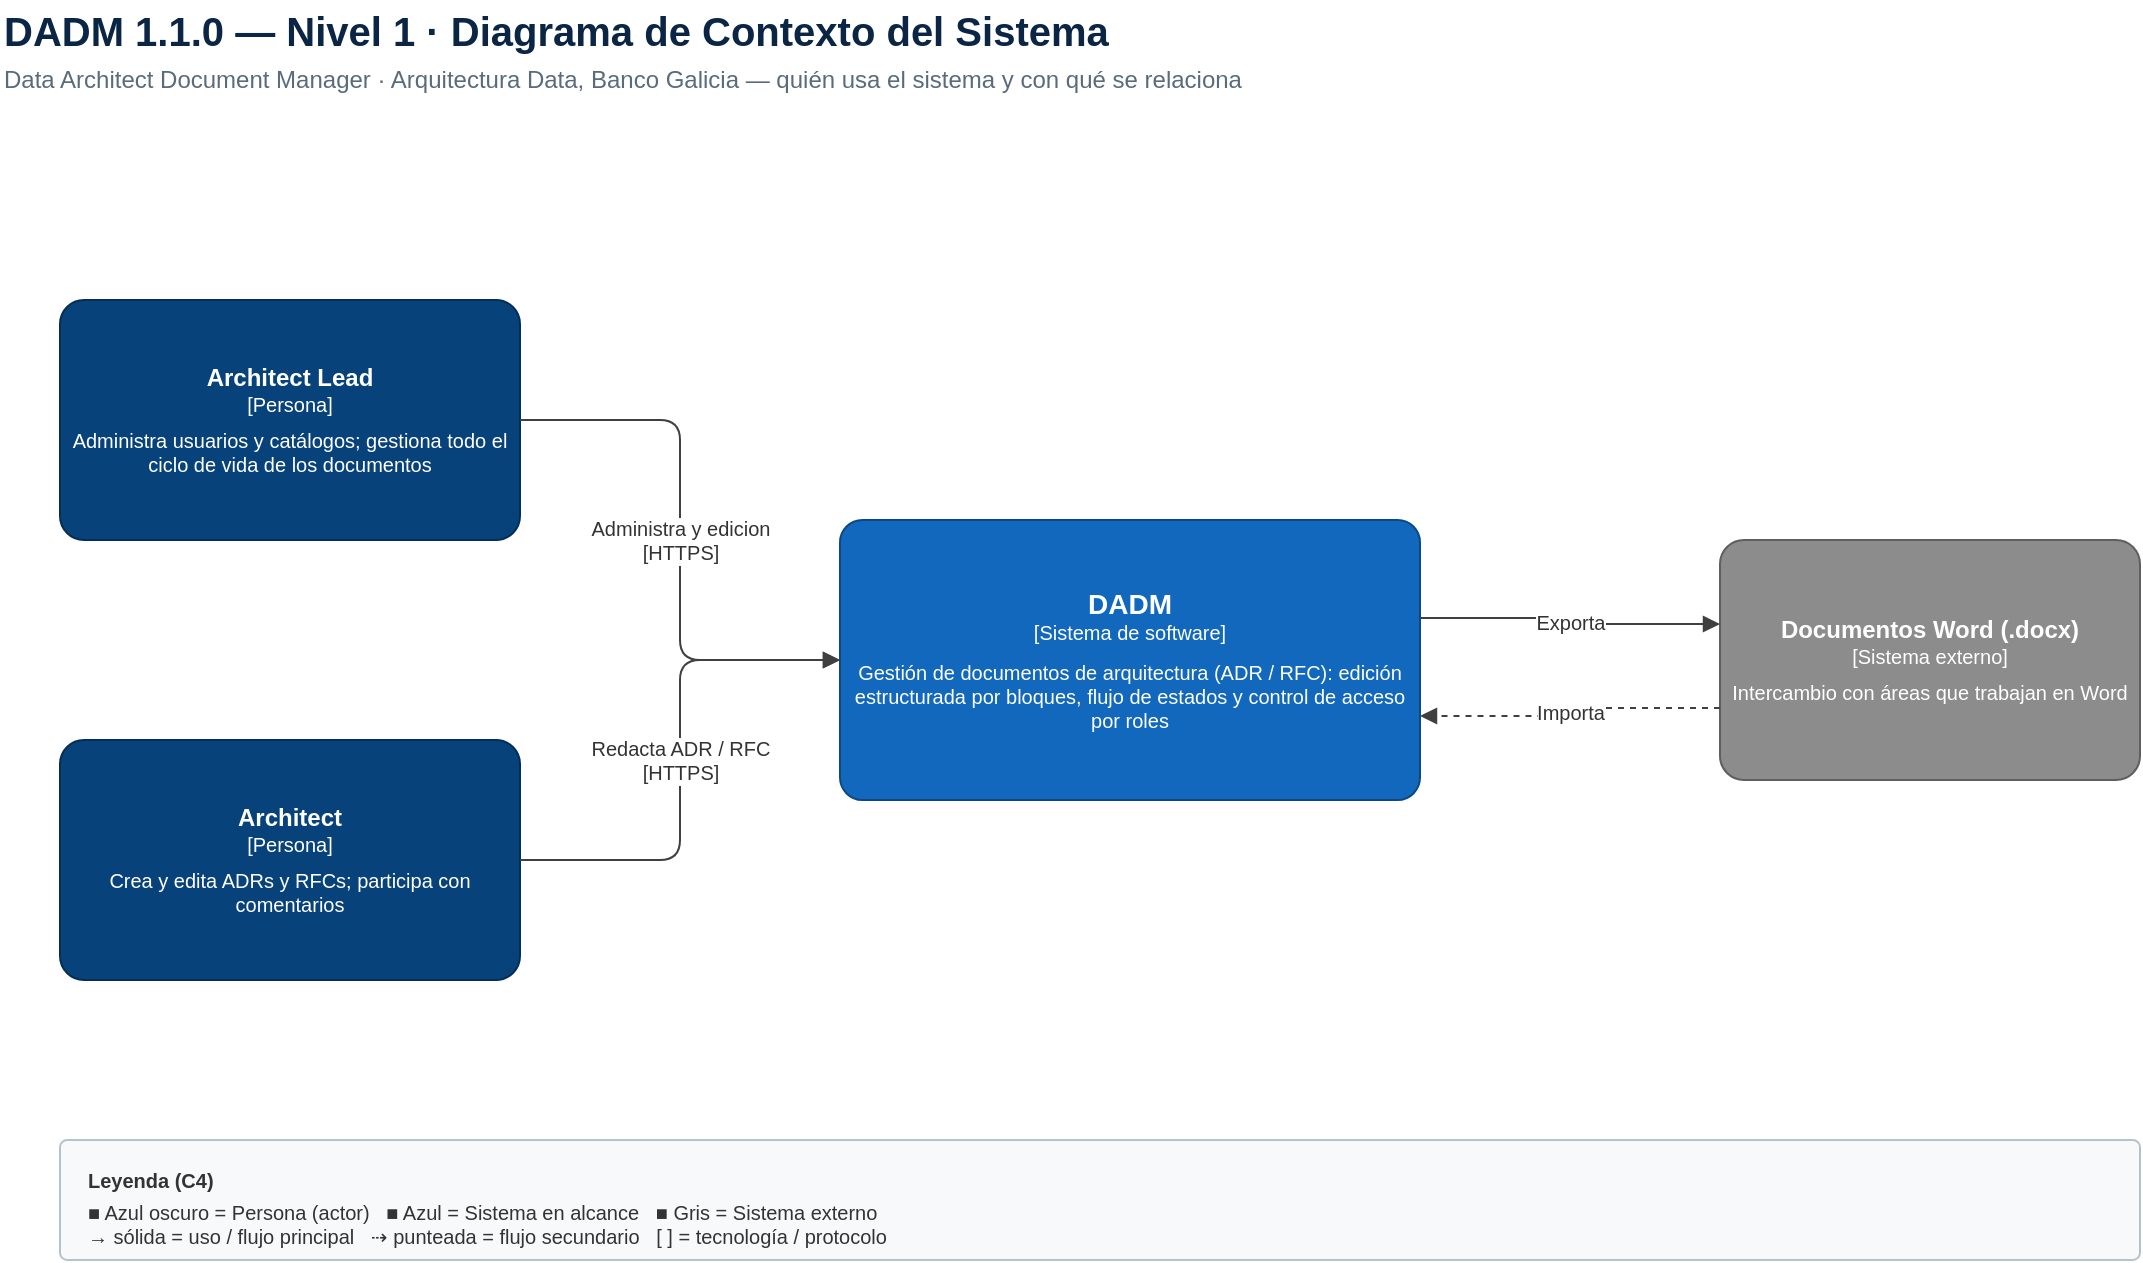
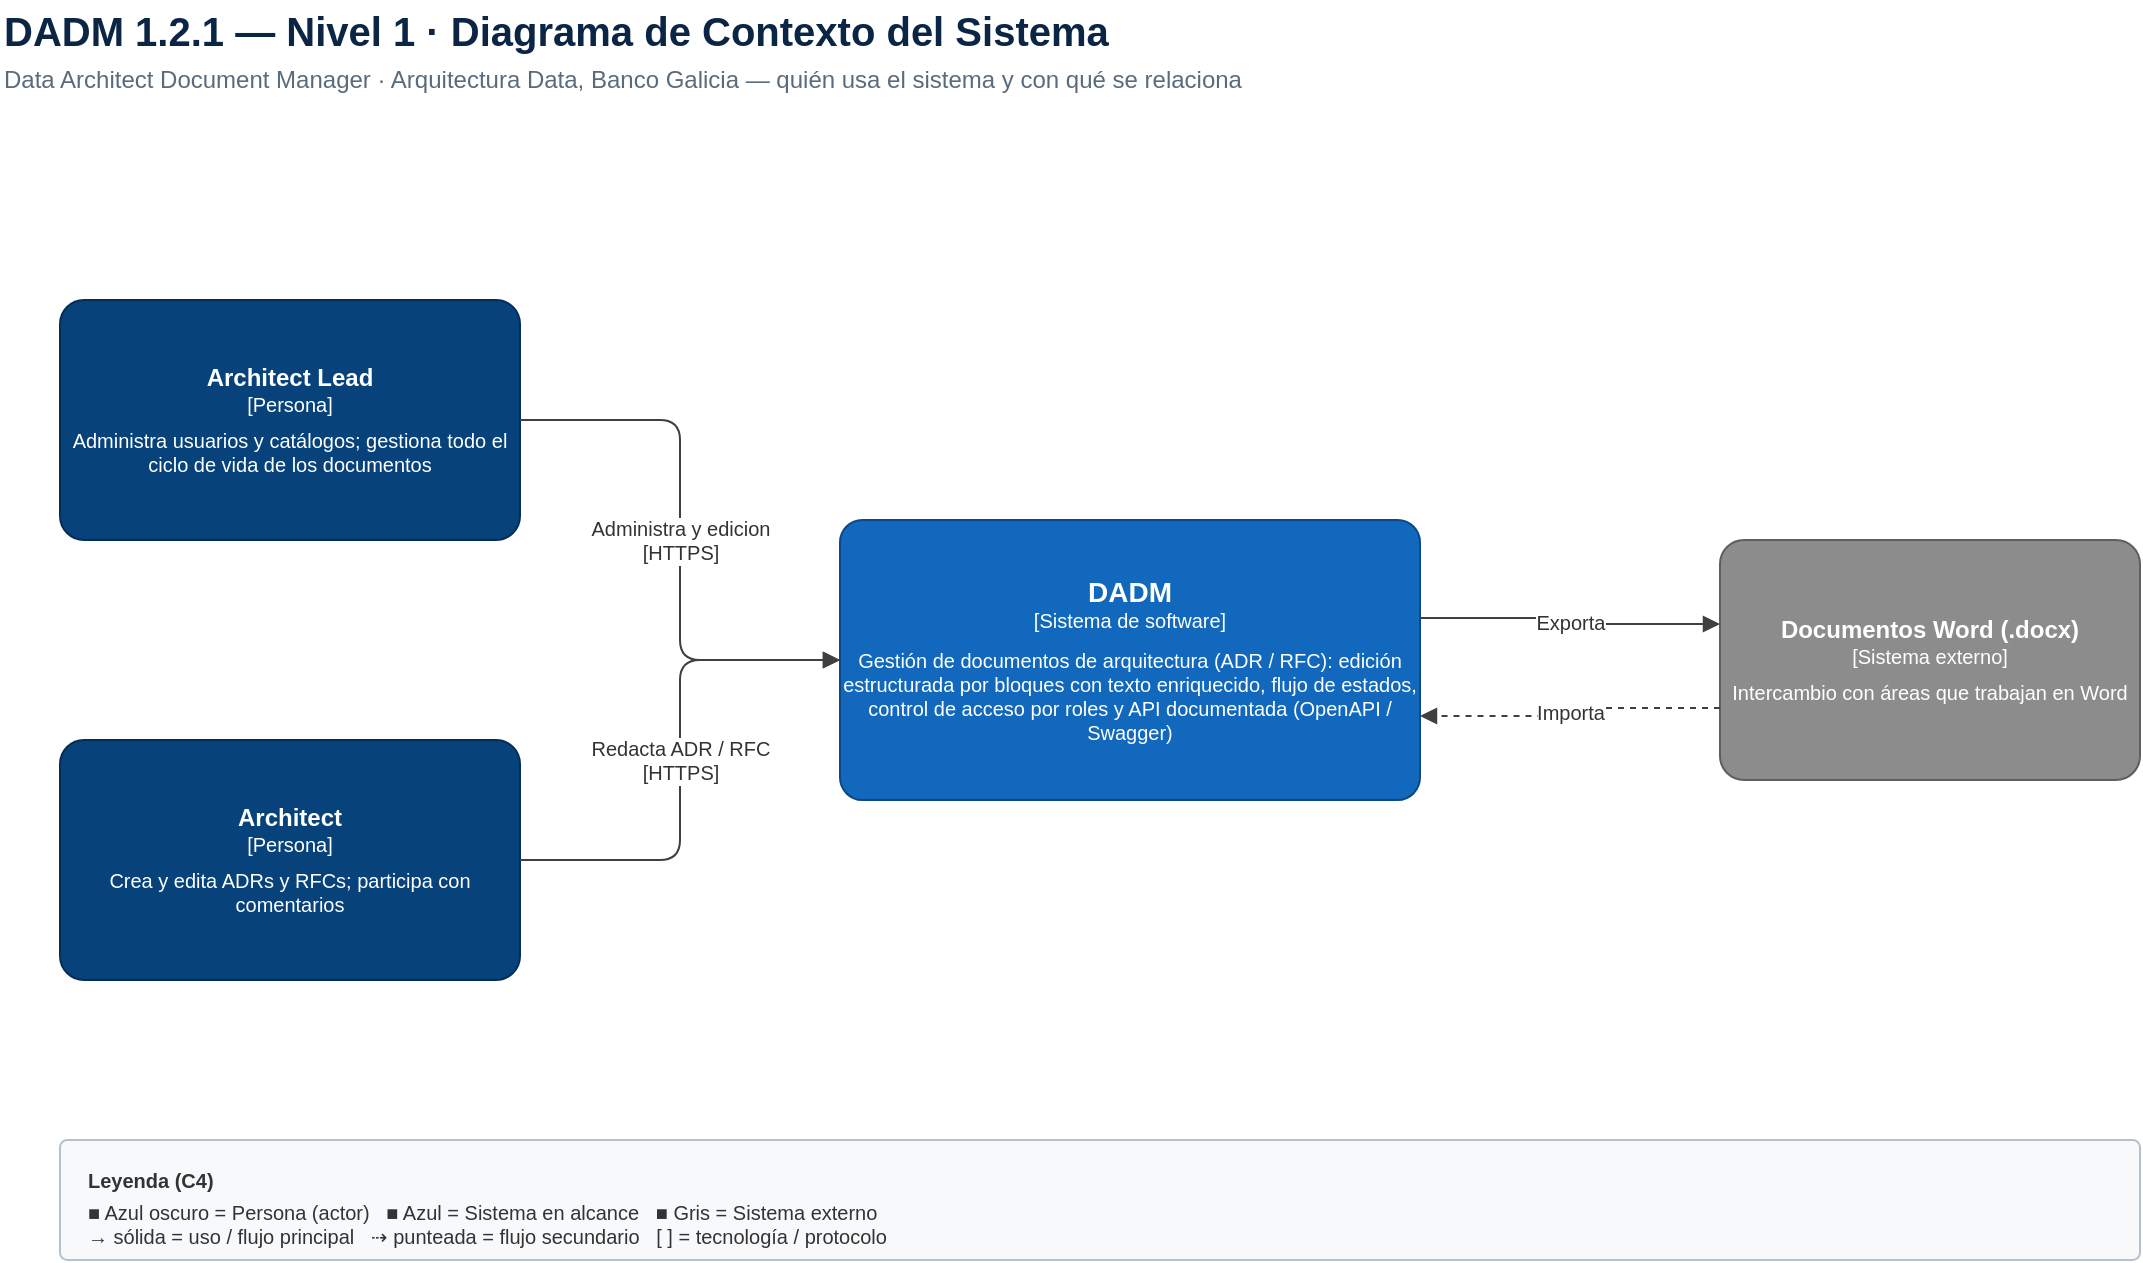
- <mxfile host="Electron" agent="DADM" version="1.1.0">
+ <mxfile host="Electron" agent="DADM" version="1.2.1">
  <diagram id="dadm-c1-contexto" name="C1 · Contexto">
    <mxGraphModel dx="1100" dy="850" grid="1" gridSize="10" guides="1" tooltips="1" connect="1" arrows="1" fold="1" page="1" pageScale="1" pageWidth="1169" pageHeight="826" math="0" shadow="0">
      <root>
        <mxCell id="0" />
        <mxCell id="1" parent="0" />
-         <mxCell id="c1t" parent="1" vertex="1" style="text;html=1;fontSize=20;fontStyle=1;align=left;verticalAlign=middle;fontColor=#0B2545;" value="DADM 1.1.0 — Nivel 1 · Diagrama de Contexto del Sistema">
+         <mxCell id="c1t" parent="1" vertex="1" style="text;html=1;fontSize=20;fontStyle=1;align=left;verticalAlign=middle;fontColor=#0B2545;" value="DADM 1.2.1 — Nivel 1 · Diagrama de Contexto del Sistema">
          <mxGeometry x="60" y="30" width="800" height="30" as="geometry" />
        </mxCell>
        <mxCell id="c1s" parent="1" vertex="1" style="text;html=1;fontSize=12;align=left;verticalAlign=middle;fontColor=#5A6B7B;" value="Data Architect Document Manager · Arquitectura Data, Banco Galicia — quién usa el sistema y con qué se relaciona">
          <mxGeometry x="60" y="60" width="900" height="20" as="geometry" />
        </mxCell>
        <mxCell id="c1p1" parent="1" vertex="1" style="rounded=1;whiteSpace=wrap;html=1;fillColor=#08427B;strokeColor=#052E56;fontColor=#FFFFFF;align=center;verticalAlign=middle;fontSize=12;arcSize=10;" value="&lt;b&gt;Architect Lead&lt;/b&gt;&lt;div style=&quot;font-size:10px&quot;&gt;[Persona]&lt;/div&gt;&lt;div style=&quot;font-size:10px;margin-top:6px&quot;&gt;Administra usuarios y catálogos; gestiona todo el ciclo de vida de los documentos&lt;/div&gt;">
          <mxGeometry x="90" y="180" width="230" height="120" as="geometry" />
        </mxCell>
        <mxCell id="c1p2" parent="1" vertex="1" style="rounded=1;whiteSpace=wrap;html=1;fillColor=#08427B;strokeColor=#052E56;fontColor=#FFFFFF;align=center;verticalAlign=middle;fontSize=12;arcSize=10;" value="&lt;b&gt;Architect&lt;/b&gt;&lt;div style=&quot;font-size:10px&quot;&gt;[Persona]&lt;/div&gt;&lt;div style=&quot;font-size:10px;margin-top:6px&quot;&gt;Crea y edita ADRs y RFCs; participa con comentarios&lt;/div&gt;">
          <mxGeometry x="90" y="400" width="230" height="120" as="geometry" />
        </mxCell>
-         <mxCell id="c1sys" parent="1" vertex="1" style="rounded=1;whiteSpace=wrap;html=1;fillColor=#1168BD;strokeColor=#0B4884;fontColor=#FFFFFF;align=center;verticalAlign=middle;fontSize=14;arcSize=8;" value="&lt;b&gt;DADM&lt;/b&gt;&lt;div style=&quot;font-size:10px&quot;&gt;[Sistema de software]&lt;/div&gt;&lt;div style=&quot;font-size:10px;margin-top:8px&quot;&gt;Gestión de documentos de arquitectura (ADR / RFC): edición estructurada por bloques, flujo de estados y control de acceso por roles&lt;/div&gt;">
+         <mxCell id="c1sys" parent="1" vertex="1" style="rounded=1;whiteSpace=wrap;html=1;fillColor=#1168BD;strokeColor=#0B4884;fontColor=#FFFFFF;align=center;verticalAlign=middle;fontSize=14;arcSize=8;" value="&lt;b&gt;DADM&lt;/b&gt;&lt;div style=&quot;font-size:10px&quot;&gt;[Sistema de software]&lt;/div&gt;&lt;div style=&quot;font-size:10px;margin-top:8px&quot;&gt;Gestión de documentos de arquitectura (ADR / RFC): edición estructurada por bloques con texto enriquecido, flujo de estados, control de acceso por roles y API documentada (OpenAPI / Swagger)&lt;/div&gt;">
          <mxGeometry x="480" y="290" width="290" height="140" as="geometry" />
        </mxCell>
        <mxCell id="c1ext" parent="1" vertex="1" style="rounded=1;whiteSpace=wrap;html=1;fillColor=#8C8C8C;strokeColor=#5F5F5F;fontColor=#FFFFFF;align=center;verticalAlign=middle;fontSize=12;arcSize=10;" value="&lt;b&gt;Documentos Word (.docx)&lt;/b&gt;&lt;div style=&quot;font-size:10px&quot;&gt;[Sistema externo]&lt;/div&gt;&lt;div style=&quot;font-size:10px;margin-top:6px&quot;&gt;Intercambio con áreas que trabajan en Word&lt;/div&gt;">
          <mxGeometry x="920" y="300" width="210" height="120" as="geometry" />
        </mxCell>
        <mxCell id="c1e1" edge="1" parent="1" source="c1p1" target="c1sys" style="edgeStyle=orthogonalEdgeStyle;rounded=1;html=1;endArrow=block;endFill=1;strokeColor=#404040;fontSize=10;fontColor=#333333;labelBackgroundColor=#FFFFFF;" value="Administra y edicion&#10;[HTTPS]">
          <mxGeometry relative="1" as="geometry" />
        </mxCell>
        <mxCell id="c1e2" edge="1" parent="1" source="c1p2" target="c1sys" style="edgeStyle=orthogonalEdgeStyle;rounded=1;html=1;endArrow=block;endFill=1;strokeColor=#404040;fontSize=10;fontColor=#333333;labelBackgroundColor=#FFFFFF;" value="Redacta ADR / RFC&#10;[HTTPS]">
          <mxGeometry relative="1" as="geometry" />
        </mxCell>
        <mxCell id="c1e3" edge="1" parent="1" source="c1sys" target="c1ext" style="edgeStyle=orthogonalEdgeStyle;rounded=1;html=1;endArrow=block;endFill=1;strokeColor=#404040;fontSize=10;fontColor=#333333;labelBackgroundColor=#FFFFFF;exitX=1;exitY=0.35;entryX=0;entryY=0.35;" value="Exporta">
          <mxGeometry relative="1" as="geometry" />
        </mxCell>
        <mxCell id="c1e4" edge="1" parent="1" source="c1ext" target="c1sys" style="edgeStyle=orthogonalEdgeStyle;rounded=1;html=1;endArrow=block;endFill=1;strokeColor=#404040;dashed=1;fontSize=10;fontColor=#333333;labelBackgroundColor=#FFFFFF;exitX=0;exitY=0.7;entryX=1;entryY=0.7;" value="Importa">
          <mxGeometry relative="1" as="geometry" />
        </mxCell>
        <mxCell id="c1leg" parent="1" vertex="1" style="rounded=1;whiteSpace=wrap;html=1;fillColor=#F7F9FB;strokeColor=#B4C2CF;align=left;verticalAlign=top;spacingLeft=12;spacingTop=8;fontSize=10;arcSize=6;fontColor=#333333;" value="&lt;b&gt;Leyenda (C4)&lt;/b&gt;&lt;div style=&quot;margin-top:4px&quot;&gt;■ Azul oscuro = Persona (actor)&amp;nbsp;&amp;nbsp; ■ Azul = Sistema en alcance&amp;nbsp;&amp;nbsp; ■ Gris = Sistema externo&lt;/div&gt;&lt;div&gt;→ sólida = uso / flujo principal&amp;nbsp;&amp;nbsp; ⇢ punteada = flujo secundario&amp;nbsp;&amp;nbsp; [ ] = tecnología / protocolo&lt;/div&gt;">
          <mxGeometry x="90" y="600" width="1040" height="60" as="geometry" />
        </mxCell>
      </root>
    </mxGraphModel>
  </diagram>
  <diagram id="dadm-c2-contenedores" name="C2 · Contenedores">
    <mxGraphModel dx="1100" dy="850" grid="1" gridSize="10" guides="1" tooltips="1" connect="1" arrows="1" fold="1" page="1" pageScale="1" pageWidth="1169" pageHeight="826" math="0" shadow="0">
      <root>
        <mxCell id="0" />
        <mxCell id="1" parent="0" />
-         <mxCell id="c2t" parent="1" vertex="1" style="text;html=1;fontSize=20;fontStyle=1;align=left;verticalAlign=middle;fontColor=#0B2545;" value="DADM 1.1.0 — Nivel 2 · Diagrama de Contenedores">
+         <mxCell id="c2t" parent="1" vertex="1" style="text;html=1;fontSize=20;fontStyle=1;align=left;verticalAlign=middle;fontColor=#0B2545;" value="DADM 1.2.1 — Nivel 2 · Diagrama de Contenedores">
          <mxGeometry x="60" y="30" width="800" height="30" as="geometry" />
        </mxCell>
        <mxCell id="c2s" parent="1" vertex="1" style="text;html=1;fontSize=12;align=left;verticalAlign=middle;fontColor=#5A6B7B;" value="Piezas ejecutables y de datos que forman DADM · tecnologías y protocolos de comunicación">
          <mxGeometry x="60" y="60" width="900" height="20" as="geometry" />
        </mxCell>
        <mxCell id="c2p" parent="1" vertex="1" style="rounded=1;whiteSpace=wrap;html=1;fillColor=#08427B;strokeColor=#052E56;fontColor=#FFFFFF;align=center;verticalAlign=middle;fontSize=12;arcSize=10;" value="&lt;b&gt;Architect /&lt;br&gt;Architect Lead&lt;/b&gt;&lt;div style=&quot;font-size:10px&quot;&gt;[Persona]&lt;/div&gt;">
          <mxGeometry x="70" y="320" width="180" height="110" as="geometry" />
        </mxCell>
        <mxCell id="c2bnd" parent="1" vertex="1" style="rounded=1;whiteSpace=wrap;html=1;fillColor=none;strokeColor=#1168BD;dashed=1;dashPattern=8 6;verticalAlign=top;align=left;fontColor=#1168BD;fontSize=12;fontStyle=2;spacingLeft=12;spacingTop=8;arcSize=3;" value="Límite del sistema: DADM">
          <mxGeometry x="330" y="140" width="700" height="520" as="geometry" />
        </mxCell>
-         <mxCell id="c2spa" parent="1" vertex="1" style="rounded=1;whiteSpace=wrap;html=1;fillColor=#438DD5;strokeColor=#2E6295;fontColor=#FFFFFF;align=center;verticalAlign=middle;fontSize=12;arcSize=8;" value="&lt;b&gt;SPA&lt;/b&gt;&lt;div style=&quot;font-size:10px&quot;&gt;[Contenedor: Navegador · JS vanilla single-file]&lt;/div&gt;&lt;div style=&quot;font-size:10px;margin-top:6px&quot;&gt;public/index.html — Login · Home · Editor · Vista imprimible&lt;/div&gt;">
+         <mxCell id="c2spa" parent="1" vertex="1" style="rounded=1;whiteSpace=wrap;html=1;fillColor=#438DD5;strokeColor=#2E6295;fontColor=#FFFFFF;align=center;verticalAlign=middle;fontSize=12;arcSize=8;" value="&lt;b&gt;SPA&lt;/b&gt;&lt;div style=&quot;font-size:10px&quot;&gt;[Contenedor: Navegador · JS vanilla single-file]&lt;/div&gt;&lt;div style=&quot;font-size:10px;margin-top:6px&quot;&gt;public/index.html — Login · Home · Editor (texto enriquecido) · Vista imprimible&lt;/div&gt;">
          <mxGeometry x="370" y="300" width="270" height="130" as="geometry" />
        </mxCell>
-         <mxCell id="c2api" parent="1" vertex="1" style="rounded=1;whiteSpace=wrap;html=1;fillColor=#438DD5;strokeColor=#2E6295;fontColor=#FFFFFF;align=center;verticalAlign=middle;fontSize=12;arcSize=8;" value="&lt;b&gt;API Backend&lt;/b&gt;&lt;div style=&quot;font-size:10px&quot;&gt;[Contenedor: Node.js ≥ 22.5 + Express]&lt;/div&gt;&lt;div style=&quot;font-size:10px;margin-top:6px&quot;&gt;server.js · REST /api/* · sesión por cookie HMAC · validación Ajv · export/import .docx&lt;/div&gt;">
+         <mxCell id="c2api" parent="1" vertex="1" style="rounded=1;whiteSpace=wrap;html=1;fillColor=#438DD5;strokeColor=#2E6295;fontColor=#FFFFFF;align=center;verticalAlign=middle;fontSize=12;arcSize=8;" value="&lt;b&gt;API Backend&lt;/b&gt;&lt;div style=&quot;font-size:10px&quot;&gt;[Contenedor: Node.js ≥ 22.5 + Express]&lt;/div&gt;&lt;div style=&quot;font-size:10px;margin-top:6px&quot;&gt;server.js · REST /api/* · sesión por cookie HMAC · validación Ajv · export/import .docx · Swagger /api-docs · manejo de errores async centralizado&lt;/div&gt;">
          <mxGeometry x="720" y="300" width="280" height="130" as="geometry" />
        </mxCell>
        <mxCell id="c2db" parent="1" vertex="1" style="shape=cylinder3;whiteSpace=wrap;html=1;boundedLbl=1;backgroundOutline=1;size=14;fillColor=#438DD5;strokeColor=#2E6295;fontColor=#FFFFFF;align=center;verticalAlign=middle;fontSize=12;" value="&lt;b&gt;Base de datos DADM&lt;/b&gt;&lt;div style=&quot;font-size:10px&quot;&gt;[Contenedor: MongoDB 7 · Docker · :27017]&lt;/div&gt;&lt;div style=&quot;font-size:10px;margin-top:6px&quot;&gt;documents · users · config · imagenes&lt;/div&gt;">
          <mxGeometry x="720" y="500" width="280" height="130" as="geometry" />
        </mxCell>
        <mxCell id="c2e1" edge="1" parent="1" source="c2p" target="c2spa" style="edgeStyle=orthogonalEdgeStyle;rounded=1;html=1;endArrow=block;endFill=1;strokeColor=#404040;fontSize=10;fontColor=#333333;labelBackgroundColor=#FFFFFF;" value="Usa&#10;[HTTPS]">
          <mxGeometry relative="1" as="geometry" />
        </mxCell>
        <mxCell id="c2e2" edge="1" parent="1" source="c2spa" target="c2api" style="edgeStyle=orthogonalEdgeStyle;rounded=1;html=1;endArrow=block;endFill=1;strokeColor=#404040;fontSize=10;fontColor=#333333;labelBackgroundColor=#FFFFFF;exitX=1;exitY=0.35;entryX=0;entryY=0.35;" value="Llamadas API&#10;[JSON/HTTPS · cookie dadm_token]">
          <mxGeometry relative="1" as="geometry" />
        </mxCell>
        <mxCell id="c2e3" edge="1" parent="1" source="c2api" target="c2spa" style="edgeStyle=orthogonalEdgeStyle;rounded=1;html=1;endArrow=block;endFill=1;strokeColor=#404040;dashed=1;fontSize=10;fontColor=#333333;labelBackgroundColor=#FFFFFF;exitX=0;exitY=0.7;entryX=1;entryY=0.7;" value="Sirve estáticos&#10;[express.static]">
          <mxGeometry relative="1" as="geometry" />
        </mxCell>
        <mxCell id="c2e4" edge="1" parent="1" source="c2api" target="c2db" style="edgeStyle=orthogonalEdgeStyle;rounded=1;html=1;endArrow=block;endFill=1;strokeColor=#404040;fontSize=10;fontColor=#333333;labelBackgroundColor=#FFFFFF;exitX=0.5;exitY=1;entryX=0.5;entryY=0;" value="Lee y escribe&#10;[driver mongodb · MONGO_URI]">
          <mxGeometry relative="1" as="geometry" />
        </mxCell>
-         <mxCell id="c2inf" parent="1" vertex="1" style="rounded=1;whiteSpace=wrap;html=1;fillColor=#F7F9FB;strokeColor=#B4C2CF;align=left;verticalAlign=top;spacingLeft=12;spacingTop=8;fontSize=10;arcSize=6;fontColor=#333333;" value="&lt;b&gt;Despliegue&lt;/b&gt; — docker-compose.yml levanta MongoDB · Dockerfile empaqueta la API · .env (no commiteado): MONGO_URI · AUTH_SECRET · ADMIN_*">
+         <mxCell id="c2inf" parent="1" vertex="1" style="rounded=1;whiteSpace=wrap;html=1;fillColor=#F7F9FB;strokeColor=#B4C2CF;align=left;verticalAlign=top;spacingLeft=12;spacingTop=8;fontSize=10;arcSize=6;fontColor=#333333;" value="&lt;b&gt;Despliegue&lt;/b&gt; — docker-compose.yml levanta MongoDB · Dockerfile empaqueta la API (usuario no-root · copias explícitas · .dockerignore) · .env (no commiteado): MONGO_URI · AUTH_SECRET · ADMIN_* · docs API en /api-docs">
          <mxGeometry x="70" y="700" width="960" height="50" as="geometry" />
        </mxCell>
      </root>
    </mxGraphModel>
  </diagram>
  <diagram id="dadm-c3-componentes" name="C3 · Componentes">
    <mxGraphModel dx="1654" dy="1100" grid="1" gridSize="10" guides="1" tooltips="1" connect="1" arrows="1" fold="1" page="1" pageScale="1" pageWidth="1654" pageHeight="1169" math="0" shadow="0">
      <root>
        <mxCell id="0" />
        <mxCell id="1" parent="0" />
-         <mxCell id="c3t" parent="1" vertex="1" style="text;html=1;fontSize=20;fontStyle=1;align=left;verticalAlign=middle;fontColor=#0B2545;" value="DADM 1.1.0 — Nivel 3 · Diagrama de Componentes">
+         <mxCell id="c3t" parent="1" vertex="1" style="text;html=1;fontSize=20;fontStyle=1;align=left;verticalAlign=middle;fontColor=#0B2545;" value="DADM 1.2.1 — Nivel 3 · Diagrama de Componentes">
          <mxGeometry x="40" y="16" width="700" height="30" as="geometry" />
        </mxCell>
        <mxCell id="c3leg" parent="1" vertex="1" style="rounded=1;whiteSpace=wrap;html=1;fillColor=#F7F9FB;strokeColor=#B4C2CF;align=left;verticalAlign=middle;spacingLeft=12;fontSize=10;arcSize=6;fontColor=#333333;" value="&lt;b&gt;Leyenda:&lt;/b&gt; → sólida = flujo HTTP / datos&amp;nbsp;&amp;nbsp; ⇢ punteada = dependencia interna (usa)&amp;nbsp;&amp;nbsp; [auth] requiere sesión&amp;nbsp;&amp;nbsp; [admin] = solo Architect Lead">
          <mxGeometry x="700" y="12" width="914" height="40" as="geometry" />
        </mxCell>
        <mxCell id="zCli" parent="1" vertex="1" style="swimlane;html=1;rounded=1;startSize=30;fontSize=14;fontStyle=1;collapsible=0;horizontal=1;arcSize=3;fillColor=#DAE8FC;strokeColor=#6C8EBF;swimlaneFillColor=#FBFCFE;fontColor=#1A3A5C;verticalAlign=middle;" value="CLIENTE — Navegador · public/index.html (SPA vanilla JS)">
          <mxGeometry x="40" y="70" width="1574" height="215" as="geometry" />
        </mxCell>
        <mxCell id="cLogin" parent="zCli" vertex="1" style="rounded=1;whiteSpace=wrap;html=1;fillColor=#FFFFFF;strokeColor=#6C8EBF;align=left;verticalAlign=top;spacingLeft=8;spacingTop=6;spacingRight=6;fontSize=11;arcSize=8;" value="&lt;b&gt;Login&lt;/b&gt;&lt;div style=&quot;font-size:10px;margin-top:4px&quot;&gt;usuario / contraseña · cambio de contraseña&lt;/div&gt;">
          <mxGeometry x="24" y="46" width="235" height="90" as="geometry" />
        </mxCell>
        <mxCell id="cSide" parent="zCli" vertex="1" style="rounded=1;whiteSpace=wrap;html=1;fillColor=#FFFFFF;strokeColor=#6C8EBF;align=left;verticalAlign=top;spacingLeft=8;spacingTop=6;spacingRight=6;fontSize=11;arcSize=8;" value="&lt;b&gt;Sidebar&lt;/b&gt;&lt;div style=&quot;font-size:10px;margin-top:4px&quot;&gt;Documentos · Usuarios [admin] · Configuración [admin] · usuario+rol · Salir&lt;/div&gt;">
          <mxGeometry x="279" y="46" width="235" height="90" as="geometry" />
        </mxCell>
        <mxCell id="cHome" parent="zCli" vertex="1" style="rounded=1;whiteSpace=wrap;html=1;fillColor=#FFFFFF;strokeColor=#6C8EBF;align=left;verticalAlign=top;spacingLeft=8;spacingTop=6;spacingRight=6;fontSize=11;arcSize=8;" value="&lt;b&gt;Home&lt;/b&gt;&lt;div style=&quot;font-size:10px;margin-top:4px&quot;&gt;Nuevo ADR · Nuevo RFC · Importar .docx · tabla de documentos&lt;/div&gt;">
          <mxGeometry x="534" y="46" width="235" height="90" as="geometry" />
        </mxCell>
-         <mxCell id="cEdit" parent="zCli" vertex="1" style="rounded=1;whiteSpace=wrap;html=1;fillColor=#FFFFFF;strokeColor=#6C8EBF;align=left;verticalAlign=top;spacingLeft=8;spacingTop=6;spacingRight=6;fontSize=11;arcSize=8;" value="&lt;b&gt;Editor&lt;/b&gt;&lt;div style=&quot;font-size:10px;margin-top:4px&quot;&gt;estado · transiciones · eliminar [admin] · ficha · secciones/bloques (texto, callout, código, imagen, tablas) · comentarios RFC&lt;/div&gt;">
+         <mxCell id="cEdit" parent="zCli" vertex="1" style="rounded=1;whiteSpace=wrap;html=1;fillColor=#FFFFFF;strokeColor=#6C8EBF;align=left;verticalAlign=top;spacingLeft=8;spacingTop=6;spacingRight=6;fontSize=11;arcSize=8;" value="&lt;b&gt;Editor&lt;/b&gt;&lt;div style=&quot;font-size:10px;margin-top:4px&quot;&gt;estado · transiciones · eliminar [admin] · ficha · secciones/bloques (texto, callout, código, imagen, tablas) · texto enriquecido: barra de formato flotante (negrita/itálica/subrayado/tachado/código/fuente/tamaño) sanitizado · comentarios RFC&lt;/div&gt;">
          <mxGeometry x="789" y="46" width="235" height="90" as="geometry" />
        </mxCell>
        <mxCell id="cDlg" parent="zCli" vertex="1" style="rounded=1;whiteSpace=wrap;html=1;fillColor=#FFFFFF;strokeColor=#6C8EBF;align=left;verticalAlign=top;spacingLeft=8;spacingTop=6;spacingRight=6;fontSize=11;arcSize=8;" value="&lt;b&gt;Diálogos&lt;/b&gt;&lt;div style=&quot;font-size:10px;margin-top:4px&quot;&gt;Configuración [admin] · Usuarios [admin] · Ver JSON&lt;/div&gt;">
          <mxGeometry x="1044" y="46" width="235" height="90" as="geometry" />
        </mxCell>
        <mxCell id="cVista" parent="zCli" vertex="1" style="rounded=1;whiteSpace=wrap;html=1;fillColor=#FFFFFF;strokeColor=#6C8EBF;align=left;verticalAlign=top;spacingLeft=8;spacingTop=6;spacingRight=6;fontSize=11;arcSize=8;" value="&lt;b&gt;Vista imprimible&lt;/b&gt;&lt;div style=&quot;font-size:10px;margin-top:4px&quot;&gt;Imprimir / PDF · Descargar .docx&lt;/div&gt;">
          <mxGeometry x="1299" y="46" width="235" height="90" as="geometry" />
        </mxCell>
        <mxCell id="cApi" parent="zCli" vertex="1" style="rounded=1;whiteSpace=wrap;html=1;fillColor=#DAE8FC;strokeColor=#6C8EBF;align=center;verticalAlign=middle;fontSize=11;arcSize=8;fontStyle=1;" value="api() — fetch JSON con cookie de sesión (dadm_token)">
          <mxGeometry x="553" y="160" width="468" height="36" as="geometry" />
        </mxCell>
        <mxCell id="ecl1" edge="1" parent="zCli" source="cLogin" target="cApi" style="edgeStyle=orthogonalEdgeStyle;rounded=1;html=1;endArrow=block;endFill=1;strokeColor=#6C8EBF;exitX=0.5;exitY=1;entryX=0.06;entryY=0;">
          <mxGeometry relative="1" as="geometry" />
        </mxCell>
        <mxCell id="ecl2" edge="1" parent="zCli" source="cSide" target="cApi" style="edgeStyle=orthogonalEdgeStyle;rounded=1;html=1;endArrow=block;endFill=1;strokeColor=#6C8EBF;exitX=0.5;exitY=1;entryX=0.22;entryY=0;">
          <mxGeometry relative="1" as="geometry" />
        </mxCell>
        <mxCell id="ecl3" edge="1" parent="zCli" source="cHome" target="cApi" style="edgeStyle=orthogonalEdgeStyle;rounded=1;html=1;endArrow=block;endFill=1;strokeColor=#6C8EBF;exitX=0.5;exitY=1;entryX=0.4;entryY=0;">
          <mxGeometry relative="1" as="geometry" />
        </mxCell>
        <mxCell id="ecl4" edge="1" parent="zCli" source="cEdit" target="cApi" style="edgeStyle=orthogonalEdgeStyle;rounded=1;html=1;endArrow=block;endFill=1;strokeColor=#6C8EBF;exitX=0.5;exitY=1;entryX=0.6;entryY=0;">
          <mxGeometry relative="1" as="geometry" />
        </mxCell>
        <mxCell id="ecl5" edge="1" parent="zCli" source="cDlg" target="cApi" style="edgeStyle=orthogonalEdgeStyle;rounded=1;html=1;endArrow=block;endFill=1;strokeColor=#6C8EBF;exitX=0.5;exitY=1;entryX=0.78;entryY=0;">
          <mxGeometry relative="1" as="geometry" />
        </mxCell>
        <mxCell id="ecl6" edge="1" parent="zCli" source="cVista" target="cApi" style="edgeStyle=orthogonalEdgeStyle;rounded=1;html=1;endArrow=block;endFill=1;strokeColor=#6C8EBF;exitX=0.5;exitY=1;entryX=0.94;entryY=0;">
          <mxGeometry relative="1" as="geometry" />
        </mxCell>
        <mxCell id="zSrv" parent="1" vertex="1" style="swimlane;html=1;rounded=1;startSize=30;fontSize=14;fontStyle=1;collapsible=0;horizontal=1;arcSize=3;fillColor=#D5E8D4;strokeColor=#82B366;swimlaneFillColor=#FBFDFB;fontColor=#2E4A2E;verticalAlign=middle;" value="SERVIDOR — API · Node + Express · server.js">
          <mxGeometry x="40" y="320" width="1574" height="300" as="geometry" />
        </mxCell>
-         <mxCell id="sStatic" parent="zSrv" vertex="1" style="rounded=1;whiteSpace=wrap;html=1;fillColor=#FFFFFF;strokeColor=#82B366;align=left;verticalAlign=top;spacingLeft=8;spacingTop=6;spacingRight=6;fontSize=11;arcSize=8;" value="&lt;b&gt;express.static&lt;/b&gt;&lt;div style=&quot;font-size:10px;margin-top:4px&quot;&gt;sirve public/ (la SPA)&lt;/div&gt;">
+         <mxCell id="sStatic" parent="zSrv" vertex="1" style="rounded=1;whiteSpace=wrap;html=1;fillColor=#FFFFFF;strokeColor=#82B366;align=left;verticalAlign=top;spacingLeft=8;spacingTop=6;spacingRight=6;fontSize=11;arcSize=8;" value="&lt;b&gt;express.static + Swagger&lt;/b&gt;&lt;div style=&quot;font-size:10px;margin-top:4px&quot;&gt;sirve public/ (la SPA) · /api-docs (Swagger UI · openapi.js) · /api-docs.json&lt;/div&gt;">
          <mxGeometry x="24" y="44" width="260" height="56" as="geometry" />
        </mxCell>
        <mxCell id="sMw" parent="zSrv" vertex="1" style="rounded=1;whiteSpace=wrap;html=1;fillColor=#FFFFFF;strokeColor=#82B366;align=left;verticalAlign=top;spacingLeft=8;spacingTop=6;spacingRight=6;fontSize=11;arcSize=8;" value="&lt;b&gt;Middleware de sesión&lt;/b&gt;&lt;div style=&quot;font-size:10px;margin-top:4px&quot;&gt;cookie dadm_token → verifyToken (auth.js) → req.user&lt;/div&gt;">
          <mxGeometry x="314" y="44" width="400" height="56" as="geometry" />
        </mxCell>
        <mxCell id="sGuard" parent="zSrv" vertex="1" style="rounded=1;whiteSpace=wrap;html=1;fillColor=#FFF2CC;strokeColor=#D6B656;align=left;verticalAlign=top;spacingLeft=8;spacingTop=6;spacingRight=6;fontSize=11;arcSize=8;" value="&lt;b&gt;Guards&lt;/b&gt;&lt;div style=&quot;font-size:10px;margin-top:4px&quot;&gt;requireAuth · requireAdmin (rol architect_lead)&lt;/div&gt;">
          <mxGeometry x="744" y="44" width="380" height="56" as="geometry" />
        </mxCell>
-         <mxCell id="sUtil" parent="zSrv" vertex="1" style="rounded=1;whiteSpace=wrap;html=1;fillColor=#FFFFFF;strokeColor=#82B366;align=left;verticalAlign=top;spacingLeft=8;spacingTop=6;spacingRight=6;fontSize=10;arcSize=8;dashed=1;" value="&lt;b&gt;Utilidades de arranque&lt;/b&gt;&lt;div style=&quot;font-size:10px;margin-top:4px&quot;&gt;nextId() ADR-NNN / RFC-NNNN · seedConfig() · seedAdmin(): cargan catálogo (schemas/catalogos.json) y Architect Lead inicial&lt;/div&gt;">
+         <mxCell id="sUtil" parent="zSrv" vertex="1" style="rounded=1;whiteSpace=wrap;html=1;fillColor=#FFFFFF;strokeColor=#82B366;align=left;verticalAlign=top;spacingLeft=8;spacingTop=6;spacingRight=6;fontSize=10;arcSize=8;dashed=1;" value="&lt;b&gt;Infra de la API&lt;/b&gt;&lt;div style=&quot;font-size:10px;margin-top:4px&quot;&gt;asyncSafe + manejador de errores global (500 / 4xx) · nextId() ADR-NNN / RFC-NNNN reintenta ante colisión · seedConfig() / seedAdmin(): catálogo (schemas/catalogos.json) y Architect Lead inicial&lt;/div&gt;">
          <mxGeometry x="1154" y="44" width="396" height="56" as="geometry" />
        </mxCell>
        <mxCell id="zRutas" parent="zSrv" vertex="1" style="swimlane;html=1;rounded=1;startSize=26;fontSize=12;fontStyle=1;collapsible=0;horizontal=1;arcSize=3;fillColor=#D5E8D4;strokeColor=#82B366;swimlaneFillColor=#FFFFFF;fontColor=#2E4A2E;verticalAlign=middle;" value="Rutas REST /api/*">
          <mxGeometry x="24" y="120" width="1526" height="164" as="geometry" />
        </mxCell>
        <mxCell id="sAuth" parent="zRutas" vertex="1" style="rounded=1;whiteSpace=wrap;html=1;fillColor=#EAF4E8;strokeColor=#82B366;align=left;verticalAlign=top;spacingLeft=8;spacingTop=6;spacingRight=6;fontSize=10;arcSize=8;" value="&lt;b&gt;auth&lt;/b&gt; (público)&lt;div style=&quot;margin-top:4px&quot;&gt;POST /login · /logout&lt;br&gt;GET /me&lt;br&gt;POST /password [auth]&lt;/div&gt;">
          <mxGeometry x="16" y="34" width="200" height="112" as="geometry" />
        </mxCell>
        <mxCell id="sUsers" parent="zRutas" vertex="1" style="rounded=1;whiteSpace=wrap;html=1;fillColor=#EAF4E8;strokeColor=#82B366;align=left;verticalAlign=top;spacingLeft=8;spacingTop=6;spacingRight=6;fontSize=10;arcSize=8;" value="&lt;b&gt;usuarios&lt;/b&gt; [admin]&lt;div style=&quot;margin-top:4px&quot;&gt;GET · POST /usuarios&lt;br&gt;PUT · DELETE&lt;br&gt;/usuarios/:username&lt;/div&gt;">
          <mxGeometry x="232" y="34" width="200" height="112" as="geometry" />
        </mxCell>
        <mxCell id="sDocs" parent="zRutas" vertex="1" style="rounded=1;whiteSpace=wrap;html=1;fillColor=#EAF4E8;strokeColor=#82B366;align=left;verticalAlign=top;spacingLeft=8;spacingTop=6;spacingRight=6;fontSize=10;arcSize=8;" value="&lt;b&gt;documentos&lt;/b&gt; [auth]&lt;div style=&quot;margin-top:4px&quot;&gt;GET · POST /documentos&lt;br&gt;GET · PUT /:id&lt;br&gt;DELETE /:id [admin, borrador]&lt;/div&gt;">
          <mxGeometry x="448" y="34" width="200" height="112" as="geometry" />
        </mxCell>
        <mxCell id="sExp" parent="zRutas" vertex="1" style="rounded=1;whiteSpace=wrap;html=1;fillColor=#EAF4E8;strokeColor=#82B366;align=left;verticalAlign=top;spacingLeft=8;spacingTop=6;spacingRight=6;fontSize=10;arcSize=8;" value="&lt;b&gt;export&lt;/b&gt; [auth]&lt;div style=&quot;margin-top:4px&quot;&gt;GET /documentos/:id&lt;br&gt;/export.docx&lt;br&gt;(incrusta imágenes)&lt;/div&gt;">
          <mxGeometry x="664" y="34" width="200" height="112" as="geometry" />
        </mxCell>
        <mxCell id="sImp" parent="zRutas" vertex="1" style="rounded=1;whiteSpace=wrap;html=1;fillColor=#EAF4E8;strokeColor=#82B366;align=left;verticalAlign=top;spacingLeft=8;spacingTop=6;spacingRight=6;fontSize=10;arcSize=8;" value="&lt;b&gt;importar&lt;/b&gt; [auth]&lt;div style=&quot;margin-top:4px&quot;&gt;POST /importar (.docx)&lt;br&gt;(guarda imágenes y&lt;br&gt;crea borrador)&lt;/div&gt;">
          <mxGeometry x="880" y="34" width="200" height="112" as="geometry" />
        </mxCell>
        <mxCell id="sCfg" parent="zRutas" vertex="1" style="rounded=1;whiteSpace=wrap;html=1;fillColor=#EAF4E8;strokeColor=#82B366;align=left;verticalAlign=top;spacingLeft=8;spacingTop=6;spacingRight=6;fontSize=10;arcSize=8;" value="&lt;b&gt;config&lt;/b&gt;&lt;div style=&quot;margin-top:4px&quot;&gt;GET /config [auth]&lt;br&gt;PUT /config [admin]&lt;/div&gt;">
          <mxGeometry x="1096" y="34" width="200" height="112" as="geometry" />
        </mxCell>
        <mxCell id="sImg" parent="zRutas" vertex="1" style="rounded=1;whiteSpace=wrap;html=1;fillColor=#EAF4E8;strokeColor=#82B366;align=left;verticalAlign=top;spacingLeft=8;spacingTop=6;spacingRight=6;fontSize=10;arcSize=8;" value="&lt;b&gt;imágenes&lt;/b&gt; [auth]&lt;div style=&quot;margin-top:4px&quot;&gt;POST /imagenes&lt;br&gt;GET · DELETE /:id&lt;br&gt;POST /gc [admin] · /health&lt;/div&gt;">
          <mxGeometry x="1312" y="34" width="200" height="112" as="geometry" />
        </mxCell>
        <mxCell id="zDom" parent="1" vertex="1" style="swimlane;html=1;rounded=1;startSize=30;fontSize=14;fontStyle=1;collapsible=0;horizontal=1;arcSize=3;fillColor=#FFE6CC;strokeColor=#D79B00;swimlaneFillColor=#FFFDFA;fontColor=#7A5A00;verticalAlign=middle;" value="DOMINIO — módulos internos">
          <mxGeometry x="40" y="670" width="1120" height="180" as="geometry" />
        </mxCell>
        <mxCell id="dAuth" parent="zDom" vertex="1" style="rounded=1;whiteSpace=wrap;html=1;fillColor=#FFFFFF;strokeColor=#D79B00;align=left;verticalAlign=top;spacingLeft=8;spacingTop=6;spacingRight=6;fontSize=10;arcSize=8;" value="&lt;b&gt;auth.js&lt;/b&gt;&lt;div style=&quot;margin-top:4px&quot;&gt;scrypt (hash de contraseñas) · HMAC (token de sesión)&lt;/div&gt;">
          <mxGeometry x="40" y="46" width="230" height="110" as="geometry" />
        </mxCell>
        <mxCell id="dVal" parent="zDom" vertex="1" style="rounded=1;whiteSpace=wrap;html=1;fillColor=#FFFFFF;strokeColor=#D79B00;align=left;verticalAlign=top;spacingLeft=8;spacingTop=6;spacingRight=6;fontSize=10;arcSize=8;" value="&lt;b&gt;Validación&lt;/b&gt;&lt;div style=&quot;margin-top:4px&quot;&gt;Ajv + schemas/ · adr.schema · rfc.schema · catalogos.json (seed)&lt;/div&gt;">
          <mxGeometry x="310" y="46" width="230" height="110" as="geometry" />
        </mxCell>
-         <mxCell id="dRender" parent="zDom" vertex="1" style="rounded=1;whiteSpace=wrap;html=1;fillColor=#FFFFFF;strokeColor=#D79B00;align=left;verticalAlign=top;spacingLeft=8;spacingTop=6;spacingRight=6;fontSize=10;arcSize=8;" value="&lt;b&gt;renderer.js&lt;/b&gt;&lt;div style=&quot;margin-top:4px&quot;&gt;JSON → .docx (lib docx)&lt;/div&gt;">
+         <mxCell id="dRender" parent="zDom" vertex="1" style="rounded=1;whiteSpace=wrap;html=1;fillColor=#FFFFFF;strokeColor=#D79B00;align=left;verticalAlign=top;spacingLeft=8;spacingTop=6;spacingRight=6;fontSize=10;arcSize=8;" value="&lt;b&gt;renderer.js&lt;/b&gt;&lt;div style=&quot;margin-top:4px&quot;&gt;JSON → .docx (lib docx) · HTML inline → runs (texto enriquecido)&lt;/div&gt;">
          <mxGeometry x="580" y="46" width="230" height="110" as="geometry" />
        </mxCell>
        <mxCell id="dImport" parent="zDom" vertex="1" style="rounded=1;whiteSpace=wrap;html=1;fillColor=#FFFFFF;strokeColor=#D79B00;align=left;verticalAlign=top;spacingLeft=8;spacingTop=6;spacingRight=6;fontSize=10;arcSize=8;" value="&lt;b&gt;importer.js&lt;/b&gt;&lt;div style=&quot;margin-top:4px&quot;&gt;.docx → modelo (mammoth + html parser)&lt;/div&gt;">
          <mxGeometry x="850" y="46" width="230" height="110" as="geometry" />
        </mxCell>
        <mxCell id="zDb" parent="1" vertex="1" style="swimlane;html=1;rounded=1;startSize=30;fontSize=14;fontStyle=1;collapsible=0;horizontal=1;arcSize=3;fillColor=#E1D5E7;strokeColor=#9673A6;swimlaneFillColor=#FDFCFE;fontColor=#5A3A6E;verticalAlign=middle;" value="PERSISTENCIA — MongoDB · base DADM">
          <mxGeometry x="1200" y="670" width="414" height="245" as="geometry" />
        </mxCell>
        <mxCell id="dMongo" parent="zDb" vertex="1" style="rounded=1;whiteSpace=wrap;html=1;fillColor=#F0E9F5;strokeColor=#9673A6;align=center;verticalAlign=middle;fontSize=10;arcSize=8;fontStyle=1;" value="db/mongo.js — conexión, índices y acceso a colecciones">
          <mxGeometry x="24" y="40" width="366" height="36" as="geometry" />
        </mxCell>
        <mxCell id="bDocs" parent="zDb" vertex="1" style="rounded=1;whiteSpace=wrap;html=1;fillColor=#FFFFFF;strokeColor=#9673A6;align=left;verticalAlign=top;spacingLeft=8;spacingTop=6;spacingRight=6;fontSize=10;arcSize=8;" value="&lt;b&gt;documents&lt;/b&gt;&lt;div style=&quot;margin-top:4px&quot;&gt;ADR / RFC · _id = ADR-NNN / RFC-NNNN&lt;/div&gt;">
          <mxGeometry x="24" y="88" width="178" height="62" as="geometry" />
        </mxCell>
        <mxCell id="bUsr" parent="zDb" vertex="1" style="rounded=1;whiteSpace=wrap;html=1;fillColor=#FFFFFF;strokeColor=#9673A6;align=left;verticalAlign=top;spacingLeft=8;spacingTop=6;spacingRight=6;fontSize=10;arcSize=8;" value="&lt;b&gt;users&lt;/b&gt;&lt;div style=&quot;margin-top:4px&quot;&gt;_id = usuario · role · passwordHash (scrypt)&lt;/div&gt;">
          <mxGeometry x="212" y="88" width="178" height="62" as="geometry" />
        </mxCell>
        <mxCell id="bCfg" parent="zDb" vertex="1" style="rounded=1;whiteSpace=wrap;html=1;fillColor=#FFFFFF;strokeColor=#9673A6;align=left;verticalAlign=top;spacingLeft=8;spacingTop=6;spacingRight=6;fontSize=10;arcSize=8;" value="&lt;b&gt;config&lt;/b&gt;&lt;div style=&quot;margin-top:4px&quot;&gt;catálogo vigente (clave: catalogos)&lt;/div&gt;">
          <mxGeometry x="24" y="162" width="178" height="62" as="geometry" />
        </mxCell>
        <mxCell id="bImg" parent="zDb" vertex="1" style="rounded=1;whiteSpace=wrap;html=1;fillColor=#FFFFFF;strokeColor=#9673A6;align=left;verticalAlign=top;spacingLeft=8;spacingTop=6;spacingRight=6;fontSize=10;arcSize=8;" value="&lt;b&gt;imagenes&lt;/b&gt;&lt;div style=&quot;margin-top:4px&quot;&gt;PNG / JPG binario · _id = UUID&lt;/div&gt;">
          <mxGeometry x="212" y="162" width="178" height="62" as="geometry" />
        </mxCell>
        <mxCell id="zInf" parent="1" vertex="1" style="swimlane;html=1;rounded=1;startSize=30;fontSize=14;fontStyle=1;collapsible=0;horizontal=1;arcSize=3;fillColor=#F5F5F5;strokeColor=#999999;swimlaneFillColor=#FDFDFD;fontColor=#555555;verticalAlign=middle;" value="INFRAESTRUCTURA / CONFIG">
          <mxGeometry x="40" y="950" width="1574" height="110" as="geometry" />
        </mxCell>
        <mxCell id="iDocker" parent="zInf" vertex="1" style="rounded=1;whiteSpace=wrap;html=1;fillColor=#FFFFFF;strokeColor=#999999;align=left;verticalAlign=top;spacingLeft=8;spacingTop=6;spacingRight=6;fontSize=10;arcSize=8;" value="&lt;b&gt;docker-compose.yml&lt;/b&gt;&lt;div style=&quot;margin-top:4px&quot;&gt;contenedor MongoDB (mongo · :27017) · Dockerfile de la API&lt;/div&gt;">
          <mxGeometry x="24" y="44" width="480" height="52" as="geometry" />
        </mxCell>
        <mxCell id="iEnv" parent="zInf" vertex="1" style="rounded=1;whiteSpace=wrap;html=1;fillColor=#FFFFFF;strokeColor=#999999;align=left;verticalAlign=top;spacingLeft=8;spacingTop=6;spacingRight=6;fontSize=10;arcSize=8;" value="&lt;b&gt;.env&lt;/b&gt; (no commiteado)&lt;div style=&quot;margin-top:4px&quot;&gt;MONGO_URI · AUTH_SECRET · ADMIN_* → los consume server.js al arrancar&lt;/div&gt;">
          <mxGeometry x="534" y="44" width="520" height="52" as="geometry" />
        </mxCell>
        <mxCell id="iNode" parent="zInf" vertex="1" style="rounded=1;whiteSpace=wrap;html=1;fillColor=#FFFFFF;strokeColor=#999999;align=left;verticalAlign=top;spacingLeft=8;spacingTop=6;spacingRight=6;fontSize=10;arcSize=8;" value="&lt;b&gt;Runtime&lt;/b&gt;&lt;div style=&quot;margin-top:4px&quot;&gt;Node ≥ 22.5 · Express · frontend single-file · sin paso de build&lt;/div&gt;">
          <mxGeometry x="1084" y="44" width="466" height="52" as="geometry" />
        </mxCell>
        <mxCell id="e1" edge="1" parent="1" source="zCli" target="sStatic" style="edgeStyle=orthogonalEdgeStyle;rounded=1;html=1;endArrow=block;endFill=1;strokeColor=#404040;fontSize=10;fontColor=#333333;labelBackgroundColor=#FFFFFF;exitX=0.05;exitY=1;entryX=0.5;entryY=0;" value="GET / — carga inicial de la SPA">
          <mxGeometry relative="1" as="geometry" />
        </mxCell>
        <mxCell id="e2" edge="1" parent="1" source="cApi" target="sMw" style="edgeStyle=orthogonalEdgeStyle;rounded=1;html=1;endArrow=block;endFill=1;strokeColor=#404040;fontSize=10;fontColor=#333333;labelBackgroundColor=#FFFFFF;exitX=0.2;exitY=1;entryX=0.5;entryY=0;" value="/api/* + cookie">
          <mxGeometry relative="1" as="geometry" />
        </mxCell>
        <mxCell id="e3" edge="1" parent="1" source="sMw" target="sGuard" style="edgeStyle=orthogonalEdgeStyle;rounded=1;html=1;endArrow=block;endFill=1;strokeColor=#404040;fontSize=10;fontColor=#333333;labelBackgroundColor=#FFFFFF;exitX=1;exitY=0.5;entryX=0;entryY=0.5;" value="req.user">
          <mxGeometry relative="1" as="geometry" />
        </mxCell>
        <mxCell id="e4" edge="1" parent="1" source="sGuard" target="zRutas" style="edgeStyle=orthogonalEdgeStyle;rounded=1;html=1;endArrow=block;endFill=1;strokeColor=#404040;fontSize=10;fontColor=#333333;labelBackgroundColor=#FFFFFF;exitX=0.5;exitY=1;entryX=0.57;entryY=0;" value="aplica según ruta">
          <mxGeometry relative="1" as="geometry" />
        </mxCell>
        <mxCell id="e5" edge="1" parent="1" source="sAuth" target="dAuth" style="edgeStyle=orthogonalEdgeStyle;rounded=1;html=1;endArrow=block;endFill=1;strokeColor=#D79B00;dashed=1;fontSize=10;fontColor=#333333;labelBackgroundColor=#FFFFFF;exitX=0.5;exitY=1;entryX=0.3;entryY=0;" value="verifyPassword · signToken">
          <mxGeometry relative="1" as="geometry" />
        </mxCell>
        <mxCell id="e6" edge="1" parent="1" source="sUsers" target="dAuth" style="edgeStyle=orthogonalEdgeStyle;rounded=1;html=1;endArrow=block;endFill=1;strokeColor=#D79B00;dashed=1;fontSize=10;fontColor=#333333;labelBackgroundColor=#FFFFFF;exitX=0.3;exitY=1;entryX=0.8;entryY=0;" value="hashPassword">
          <mxGeometry relative="1" as="geometry" />
        </mxCell>
        <mxCell id="e7" edge="1" parent="1" source="sDocs" target="dVal" style="edgeStyle=orthogonalEdgeStyle;rounded=1;html=1;endArrow=block;endFill=1;strokeColor=#D79B00;dashed=1;fontSize=10;fontColor=#333333;labelBackgroundColor=#FFFFFF;exitX=0.5;exitY=1;entryX=0.5;entryY=0;" value="validar schema">
          <mxGeometry relative="1" as="geometry" />
        </mxCell>
        <mxCell id="e8" edge="1" parent="1" source="sExp" target="dRender" style="edgeStyle=orthogonalEdgeStyle;rounded=1;html=1;endArrow=block;endFill=1;strokeColor=#D79B00;dashed=1;fontSize=10;fontColor=#333333;labelBackgroundColor=#FFFFFF;exitX=0.5;exitY=1;entryX=0.5;entryY=0;" value="render">
          <mxGeometry relative="1" as="geometry" />
        </mxCell>
        <mxCell id="e9" edge="1" parent="1" source="sImp" target="dImport" style="edgeStyle=orthogonalEdgeStyle;rounded=1;html=1;endArrow=block;endFill=1;strokeColor=#D79B00;dashed=1;fontSize=10;fontColor=#333333;labelBackgroundColor=#FFFFFF;exitX=0.5;exitY=1;entryX=0.5;entryY=0;" value="parsear">
          <mxGeometry relative="1" as="geometry" />
        </mxCell>
        <mxCell id="e10" edge="1" parent="1" source="zRutas" target="dMongo" style="edgeStyle=orthogonalEdgeStyle;rounded=1;html=1;endArrow=block;endFill=1;strokeColor=#9673A6;fontSize=10;fontColor=#333333;labelBackgroundColor=#FFFFFF;exitX=0.9;exitY=1;entryX=0.5;entryY=0;" value="CRUD por colección">
          <mxGeometry relative="1" as="geometry" />
        </mxCell>
      </root>
    </mxGraphModel>
  </diagram>
  <diagram id="dadm-c4-dinamico" name="C4 · Dinámico">
    <mxGraphModel dx="1100" dy="850" grid="1" gridSize="10" guides="1" tooltips="1" connect="1" arrows="1" fold="1" page="1" pageScale="1" pageWidth="1169" pageHeight="826" math="0" shadow="0">
      <root>
        <mxCell id="0" />
        <mxCell id="1" parent="0" />
-         <mxCell id="d4t" parent="1" vertex="1" style="text;html=1;fontSize=20;fontStyle=1;align=left;verticalAlign=middle;fontColor=#0B2545;" value="DADM 1.1.0 — Vista Dinámica · Crear y exportar un documento">
+         <mxCell id="d4t" parent="1" vertex="1" style="text;html=1;fontSize=20;fontStyle=1;align=left;verticalAlign=middle;fontColor=#0B2545;" value="DADM 1.2.1 — Vista Dinámica · Crear y exportar un documento">
          <mxGeometry x="60" y="30" width="900" height="30" as="geometry" />
        </mxCell>
        <mxCell id="d4s" parent="1" vertex="1" style="text;html=1;fontSize=12;align=left;verticalAlign=middle;fontColor=#5A6B7B;" value="Flujo runtime numerado: autenticación → creación validada → exportación .docx">
          <mxGeometry x="60" y="60" width="900" height="20" as="geometry" />
        </mxCell>
        <mxCell id="d4p" parent="1" vertex="1" style="rounded=1;whiteSpace=wrap;html=1;fillColor=#08427B;strokeColor=#052E56;fontColor=#FFFFFF;align=center;verticalAlign=middle;fontSize=12;arcSize=10;" value="&lt;b&gt;Architect&lt;/b&gt;&lt;div style=&quot;font-size:10px&quot;&gt;[Persona]&lt;/div&gt;">
          <mxGeometry x="80" y="330" width="150" height="90" as="geometry" />
        </mxCell>
        <mxCell id="d4spa" parent="1" vertex="1" style="rounded=1;whiteSpace=wrap;html=1;fillColor=#438DD5;strokeColor=#2E6295;fontColor=#FFFFFF;align=center;verticalAlign=middle;fontSize=12;arcSize=8;" value="&lt;b&gt;SPA&lt;/b&gt;&lt;div style=&quot;font-size:10px&quot;&gt;[Navegador]&lt;/div&gt;">
          <mxGeometry x="330" y="330" width="150" height="90" as="geometry" />
        </mxCell>
        <mxCell id="d4api" parent="1" vertex="1" style="rounded=1;whiteSpace=wrap;html=1;fillColor=#438DD5;strokeColor=#2E6295;fontColor=#FFFFFF;align=center;verticalAlign=middle;fontSize=12;arcSize=8;" value="&lt;b&gt;API Backend&lt;/b&gt;&lt;div style=&quot;font-size:10px&quot;&gt;[Node + Express]&lt;/div&gt;&lt;div style=&quot;font-size:10px;margin-top:4px&quot;&gt;auth · Ajv · renderer&lt;/div&gt;">
          <mxGeometry x="600" y="320" width="180" height="110" as="geometry" />
        </mxCell>
        <mxCell id="d4db" parent="1" vertex="1" style="shape=cylinder3;whiteSpace=wrap;html=1;boundedLbl=1;backgroundOutline=1;size=14;fillColor=#438DD5;strokeColor=#2E6295;fontColor=#FFFFFF;align=center;verticalAlign=middle;fontSize=12;" value="&lt;b&gt;MongoDB&lt;/b&gt;&lt;div style=&quot;font-size:10px&quot;&gt;[base DADM]&lt;/div&gt;">
          <mxGeometry x="920" y="315" width="170" height="120" as="geometry" />
        </mxCell>
        <mxCell id="d4e1" edge="1" parent="1" source="d4p" target="d4spa" style="edgeStyle=orthogonalEdgeStyle;rounded=1;html=1;endArrow=block;endFill=1;strokeColor=#404040;fontSize=10;fontColor=#0B2545;fontStyle=1;labelBackgroundColor=#FFFFFF;exitX=1;exitY=0.25;entryX=0;entryY=0.25;" value="1 · Login (usuario/contraseña)">
          <mxGeometry relative="1" as="geometry" />
        </mxCell>
        <mxCell id="d4e2" edge="1" parent="1" source="d4spa" target="d4api" style="edgeStyle=orthogonalEdgeStyle;rounded=1;html=1;endArrow=block;endFill=1;strokeColor=#404040;fontSize=10;fontColor=#0B2545;fontStyle=1;labelBackgroundColor=#FFFFFF;exitX=1;exitY=0.15;entryX=0;entryY=0.15;" value="2 · POST /api/login">
          <mxGeometry relative="1" as="geometry" />
        </mxCell>
        <mxCell id="d4e3" edge="1" parent="1" source="d4api" target="d4db" style="edgeStyle=orthogonalEdgeStyle;rounded=1;html=1;endArrow=block;endFill=1;strokeColor=#404040;fontSize=10;fontColor=#0B2545;fontStyle=1;labelBackgroundColor=#FFFFFF;exitX=1;exitY=0.2;entryX=0;entryY=0.2;" value="3 · verifyPassword (users)">
          <mxGeometry relative="1" as="geometry" />
        </mxCell>
        <mxCell id="d4e4" edge="1" parent="1" source="d4api" target="d4spa" style="edgeStyle=orthogonalEdgeStyle;rounded=1;html=1;endArrow=block;endFill=1;strokeColor=#404040;dashed=1;fontSize=10;fontColor=#0B2545;fontStyle=1;labelBackgroundColor=#FFFFFF;exitX=0;exitY=0.35;entryX=1;entryY=0.35;" value="4 · Set-Cookie dadm_token (HMAC)">
          <mxGeometry relative="1" as="geometry" />
        </mxCell>
        <mxCell id="d4e5" edge="1" parent="1" source="d4spa" target="d4api" style="edgeStyle=orthogonalEdgeStyle;rounded=1;html=1;endArrow=block;endFill=1;strokeColor=#404040;fontSize=10;fontColor=#0B2545;fontStyle=1;labelBackgroundColor=#FFFFFF;exitX=1;exitY=0.55;entryX=0;entryY=0.55;" value="5 · POST /api/documentos (ADR/RFC)">
          <mxGeometry relative="1" as="geometry" />
        </mxCell>
        <mxCell id="d4e6" edge="1" parent="1" source="d4api" target="d4db" style="edgeStyle=orthogonalEdgeStyle;rounded=1;html=1;endArrow=block;endFill=1;strokeColor=#404040;fontSize=10;fontColor=#0B2545;fontStyle=1;labelBackgroundColor=#FFFFFF;exitX=1;exitY=0.6;entryX=0;entryY=0.6;" value="6 · Ajv valida → insert (documents)">
          <mxGeometry relative="1" as="geometry" />
        </mxCell>
        <mxCell id="d4e7" edge="1" parent="1" source="d4spa" target="d4api" style="edgeStyle=orthogonalEdgeStyle;rounded=1;html=1;endArrow=block;endFill=1;strokeColor=#404040;fontSize=10;fontColor=#0B2545;fontStyle=1;labelBackgroundColor=#FFFFFF;exitX=1;exitY=0.85;entryX=0;entryY=0.85;" value="7 · GET /documentos/:id/export.docx">
          <mxGeometry relative="1" as="geometry" />
        </mxCell>
        <mxCell id="d4e8" edge="1" parent="1" source="d4api" target="d4spa" style="edgeStyle=orthogonalEdgeStyle;rounded=1;html=1;endArrow=block;endFill=1;strokeColor=#404040;dashed=1;fontSize=10;fontColor=#0B2545;fontStyle=1;labelBackgroundColor=#FFFFFF;exitX=0;exitY=0.9;entryX=1;entryY=0.9;" value="8 · renderer.js → .docx (descarga)">
          <mxGeometry relative="1" as="geometry" />
        </mxCell>
-         <mxCell id="d4note" parent="1" vertex="1" style="rounded=1;whiteSpace=wrap;html=1;fillColor=#F7F9FB;strokeColor=#B4C2CF;align=left;verticalAlign=top;spacingLeft=12;spacingTop=8;fontSize=10;arcSize=6;fontColor=#333333;" value="&lt;b&gt;Notas&lt;/b&gt;&lt;div style=&quot;margin-top:4px&quot;&gt;· El middleware de sesión valida la cookie dadm_token en cada /api/* antes de los guards requireAuth / requireAdmin.&lt;br&gt;· La creación (paso 5) exige rol autenticado; borrar un borrador exige [admin]. La exportación incrusta las imágenes de la colección imagenes.&lt;/div&gt;">
+         <mxCell id="d4note" parent="1" vertex="1" style="rounded=1;whiteSpace=wrap;html=1;fillColor=#F7F9FB;strokeColor=#B4C2CF;align=left;verticalAlign=top;spacingLeft=12;spacingTop=8;fontSize=10;arcSize=6;fontColor=#333333;" value="&lt;b&gt;Notas&lt;/b&gt;&lt;div style=&quot;margin-top:4px&quot;&gt;· El middleware de sesión valida la cookie dadm_token en cada /api/* antes de los guards requireAuth / requireAdmin.&lt;br&gt;· La creación (paso 5) exige rol autenticado; borrar un borrador exige [admin]. La exportación incrusta las imágenes de la colección imagenes.&lt;br&gt;· Todo handler async deriva sus errores a un manejador global (asyncSafe) → 500 / 4xx; la creación reintenta el ID ante colisión concurrente.&lt;/div&gt;">
          <mxGeometry x="80" y="540" width="1010" height="80" as="geometry" />
        </mxCell>
      </root>
    </mxGraphModel>
  </diagram>
</mxfile>
